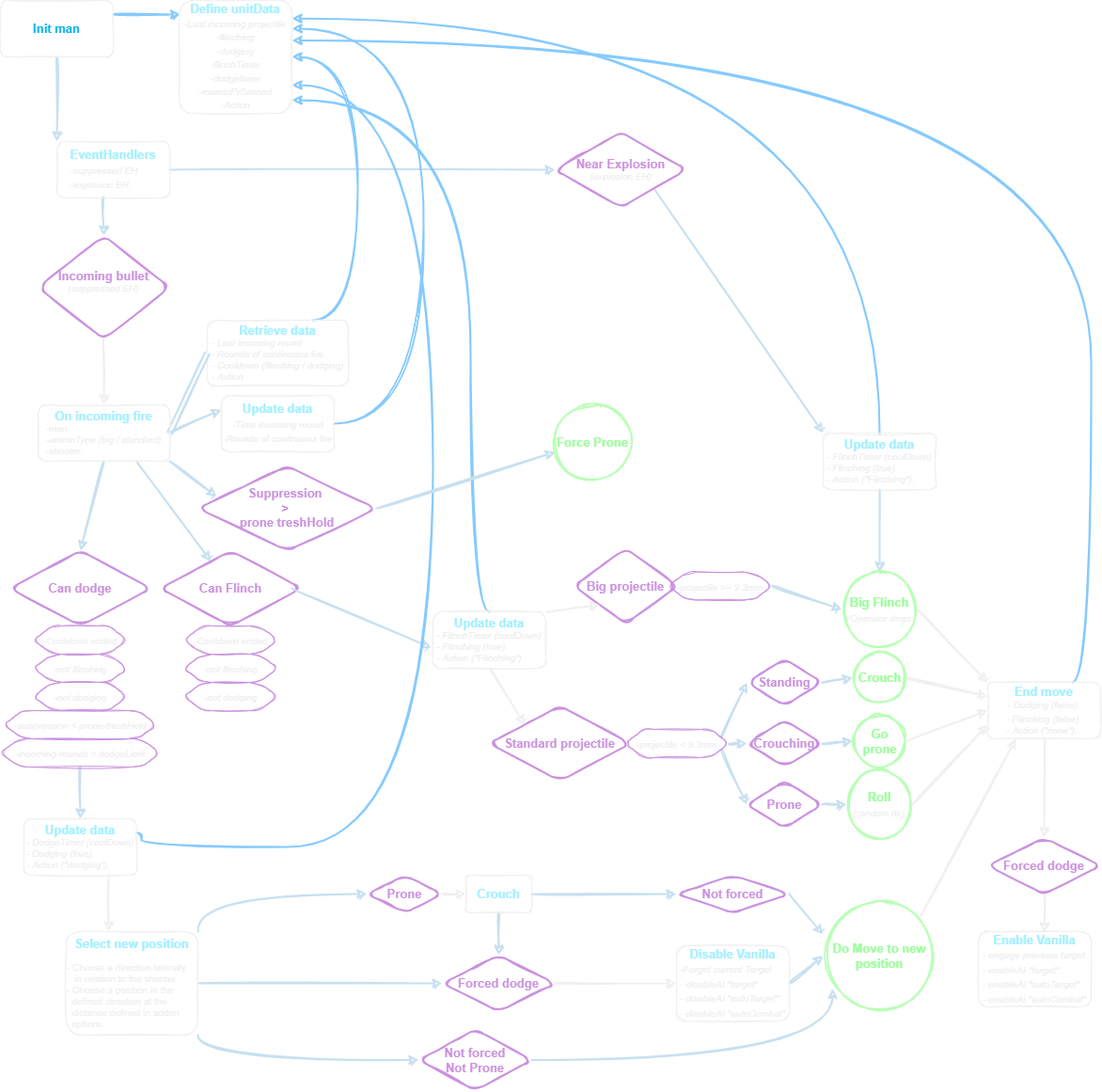
Tally-1/soldier-FSM keeps this draw.io diagram as soldierFSM/chart.drawio.png. Above is the earlier version. Source tidied: cells renumbered, new cells last; positions are measured from the earlier drawing's top-left corner, leaving out a move shared by most shapes.
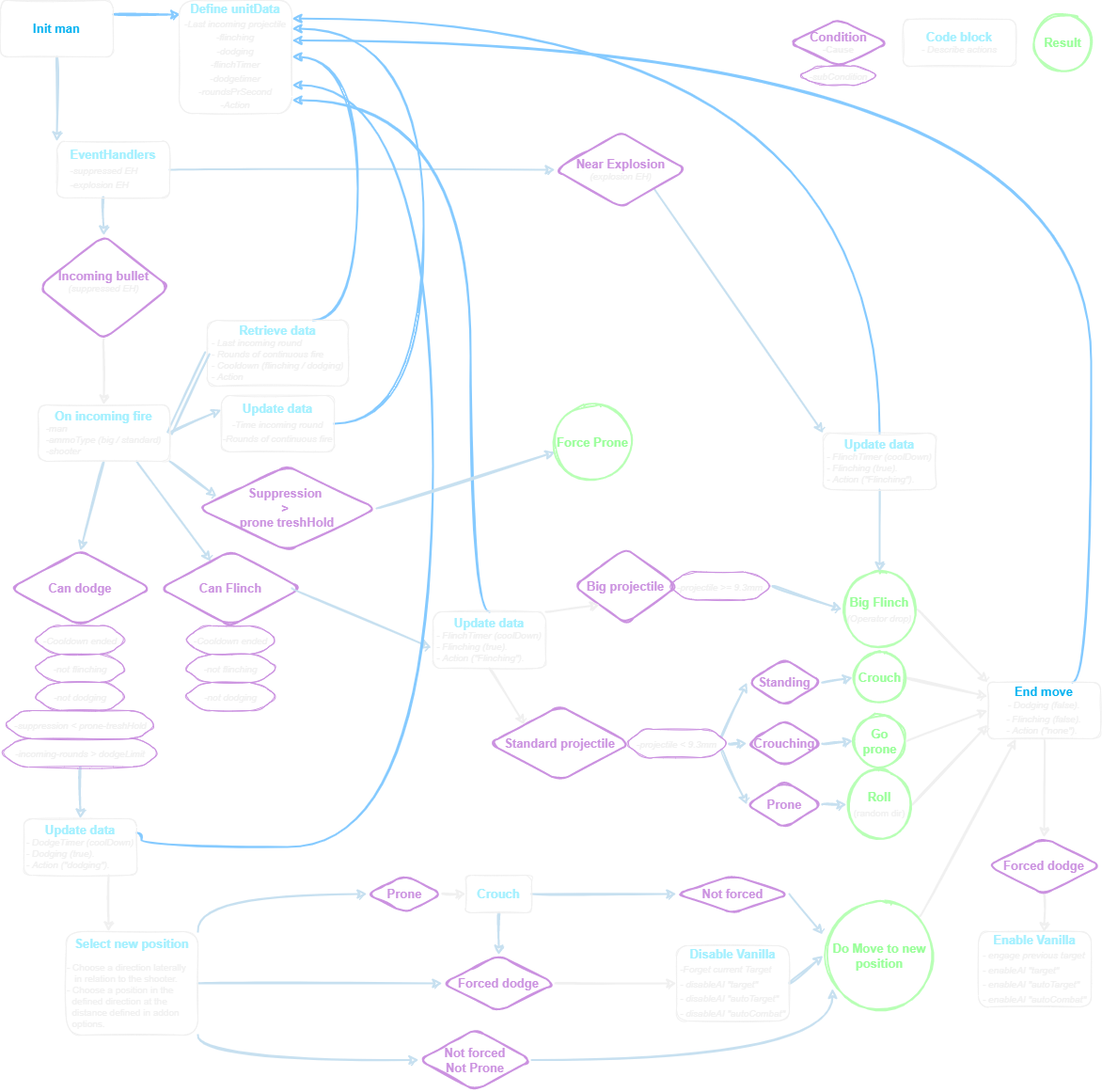
Later version of the same file.

The edit, as a diff of the source:
```diff
@@ -299,7 +299,7 @@
     <mxCell id="90" value="&lt;font color=&quot;#a3f0ff&quot;&gt;&lt;b&gt;Enable Vanilla&lt;/b&gt;&lt;br&gt;&lt;/font&gt;&lt;div style=&quot;text-align: left&quot;&gt;&lt;span&gt;&lt;font style=&quot;font-size: 10px&quot;&gt;&lt;i&gt;- engage previous target&lt;br&gt;- enableAI &quot;target&quot;&lt;/i&gt;&lt;/font&gt;&lt;/span&gt;&lt;/div&gt;&lt;div style=&quot;text-align: left&quot;&gt;&lt;i style=&quot;font-size: 10px&quot;&gt;-&amp;nbsp;&lt;/i&gt;&lt;i style=&quot;font-size: 10px&quot;&gt;enableAI&amp;nbsp;&lt;/i&gt;&lt;i style=&quot;font-size: 10px&quot;&gt;&quot;autoTarget&quot;&lt;/i&gt;&lt;span&gt;&lt;font style=&quot;font-size: 10px&quot;&gt;&lt;i&gt;&lt;br&gt;&lt;/i&gt;&lt;/font&gt;&lt;/span&gt;&lt;/div&gt;&lt;div style=&quot;text-align: left&quot;&gt;&lt;i style=&quot;font-size: 10px&quot;&gt;-&amp;nbsp;&lt;/i&gt;&lt;i style=&quot;font-size: 10px&quot;&gt;enableAI&amp;nbsp;&lt;/i&gt;&lt;i style=&quot;font-size: 10px&quot;&gt;&quot;autoCombat&quot;&lt;/i&gt;&lt;i style=&quot;font-size: 10px&quot;&gt;&lt;br&gt;&lt;/i&gt;&lt;/div&gt;" style="whiteSpace=wrap;html=1;fontSize=13;fillColor=none;strokeColor=#F0F0F0;fontColor=#F0F0F0;rounded=1;sketch=1;" parent="1" vertex="1">
       <mxGeometry x="1040" y="990" width="120" height="80" as="geometry" />
     </mxCell>
-    <mxCell id="91" value="&lt;span style=&quot;text-align: left ; font-size: 13px&quot;&gt;&lt;font color=&quot;#a3f0ff&quot;&gt;&lt;b&gt;End move&lt;br&gt;&lt;/b&gt;&lt;/font&gt;&lt;/span&gt;&lt;i style=&quot;text-align: left&quot;&gt;- Dodging (false).&lt;br&gt;&lt;/i&gt;&lt;i style=&quot;text-align: left&quot;&gt;- Flinching (false).&lt;/i&gt;&lt;span style=&quot;text-align: left ; font-size: 13px&quot;&gt;&lt;font color=&quot;#a3f0ff&quot;&gt;&lt;b&gt;&lt;br&gt;&lt;/b&gt;&lt;/font&gt;&lt;/span&gt;&lt;font&gt;&lt;div style=&quot;text-align: left&quot;&gt;&lt;span&gt;&lt;font style=&quot;font-size: 10px&quot;&gt;&lt;i&gt;- Action (&quot;none&quot;).&lt;br&gt;&lt;/i&gt;&lt;/font&gt;&lt;/span&gt;&lt;/div&gt;&lt;/font&gt;" style="whiteSpace=wrap;html=1;fontSize=10;align=center;fillColor=none;strokeColor=#F0F0F0;fontColor=#F0F0F0;rounded=1;sketch=1;" parent="1" vertex="1">
+    <mxCell id="91" value="&lt;span style=&quot;text-align: left ; font-size: 13px&quot;&gt;&lt;b&gt;&lt;font color=&quot;#02b1f0&quot;&gt;End move&lt;/font&gt;&lt;br&gt;&lt;/b&gt;&lt;/span&gt;&lt;i style=&quot;text-align: left&quot;&gt;- Dodging (false).&lt;br&gt;&lt;/i&gt;&lt;i style=&quot;text-align: left&quot;&gt;- Flinching (false).&lt;/i&gt;&lt;span style=&quot;text-align: left ; font-size: 13px&quot;&gt;&lt;font color=&quot;#a3f0ff&quot;&gt;&lt;b&gt;&lt;br&gt;&lt;/b&gt;&lt;/font&gt;&lt;/span&gt;&lt;font&gt;&lt;div style=&quot;text-align: left&quot;&gt;&lt;span&gt;&lt;font style=&quot;font-size: 10px&quot;&gt;&lt;i&gt;- Action (&quot;none&quot;).&lt;br&gt;&lt;/i&gt;&lt;/font&gt;&lt;/span&gt;&lt;/div&gt;&lt;/font&gt;" style="whiteSpace=wrap;html=1;fontSize=10;align=center;fillColor=none;strokeColor=#F0F0F0;fontColor=#F0F0F0;rounded=1;sketch=1;" parent="1" vertex="1">
       <mxGeometry x="1050" y="725" width="120" height="60" as="geometry" />
     </mxCell>
     <mxCell id="92" style="edgeStyle=none;html=1;strokeColor=#C7E0F0;strokeWidth=2;sketch=1;curved=1;exitX=1;exitY=0.5;exitDx=0;exitDy=0;" parent="1" edge="1" source="93">
@@ -313,5 +313,17 @@
     <mxCell id="94" value="&lt;font color=&quot;#99ff99&quot;&gt;&lt;b&gt;Force Prone&lt;/b&gt;&lt;/font&gt;" style="ellipse;whiteSpace=wrap;html=1;fontSize=13;fillColor=none;strokeColor=#B8FFB5;fontColor=#F0F0F0;strokeWidth=2;rounded=1;sketch=1;" parent="1" vertex="1">
       <mxGeometry x="590" y="430" width="80" height="80" as="geometry" />
     </mxCell>
+    <mxCell id="95" value="&lt;b&gt;&lt;span style=&quot;color: rgb(203 , 146 , 224) ; font-size: 13px&quot;&gt;Condition&lt;/span&gt;&lt;br&gt;&lt;font style=&quot;font-size: 10px&quot;&gt;-Cause&lt;/font&gt;&lt;br&gt;&lt;/b&gt;" style="rhombus;whiteSpace=wrap;html=1;fontSize=10;fillColor=none;strokeColor=#CB92E0;fontColor=#F0F0F0;strokeWidth=2;rounded=1;sketch=1;" parent="1" vertex="1">
+      <mxGeometry x="839" y="20" width="105" height="50" as="geometry" />
+    </mxCell>
+    <mxCell id="96" value="&lt;span style=&quot;text-align: left ; font-size: 13px&quot;&gt;&lt;font color=&quot;#a3f0ff&quot;&gt;&lt;b&gt;Code block&lt;br&gt;&lt;/b&gt;&lt;/font&gt;&lt;/span&gt;&lt;i style=&quot;text-align: left&quot;&gt;- Describe actions&lt;/i&gt;" style="whiteSpace=wrap;html=1;fontSize=10;align=center;fillColor=none;strokeColor=#F0F0F0;fontColor=#F0F0F0;rounded=1;sketch=1;" parent="1" vertex="1">
+      <mxGeometry x="960" y="20" width="120" height="50" as="geometry" />
+    </mxCell>
+    <mxCell id="97" value="&lt;font color=&quot;#99ff99&quot;&gt;&lt;b&gt;Result&lt;/b&gt;&lt;/font&gt;" style="ellipse;whiteSpace=wrap;html=1;fontSize=13;fillColor=none;strokeColor=#B8FFB5;fontColor=#F0F0F0;strokeWidth=2;rounded=1;sketch=1;" parent="1" vertex="1">
+      <mxGeometry x="1100" y="15" width="60" height="60" as="geometry" />
+    </mxCell>
+    <mxCell id="98" value="&lt;i&gt;&lt;font style=&quot;font-size: 10px&quot;&gt;-subCondition&lt;/font&gt;&lt;/i&gt;" style="shape=hexagon;perimeter=hexagonPerimeter2;whiteSpace=wrap;html=1;fixedSize=1;fontSize=13;align=center;fillColor=none;strokeColor=#CB92E0;fontColor=#F0F0F0;rounded=1;sketch=1;" parent="1" vertex="1">
+      <mxGeometry x="849" y="70" width="85" height="20" as="geometry" />
+    </mxCell>
   </root>
 </mxGraphModel>
```
